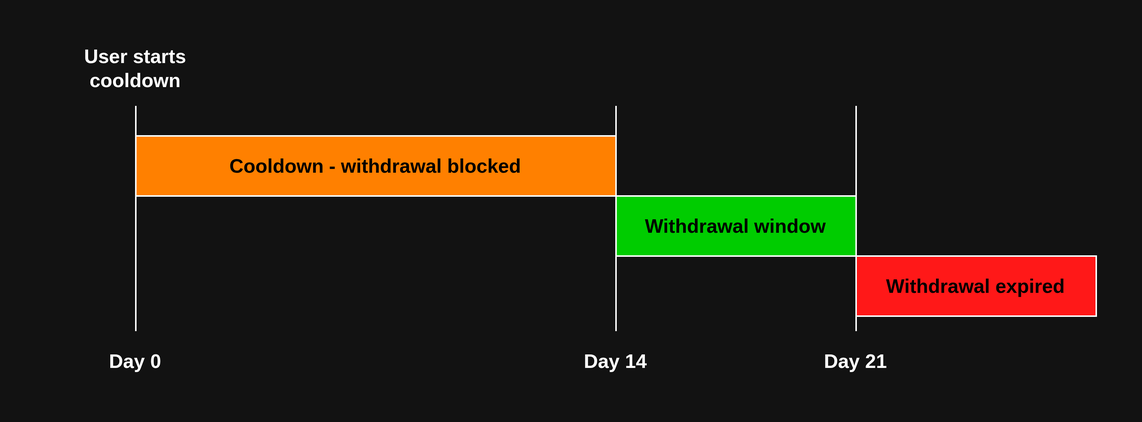
yearn/yearn-devdocs keeps this draw.io diagram as static/img/diagrams/yvusd/lockedyvUSD-timeline.png. Above is the earlier version. Source tidied: cells renumbered, new cells last; positions are measured from the earlier drawing's top-left corner, leaving out a move shared by most shapes. The source it was exported from:
```xml
<mxGraphModel>
  <root>
    <mxCell id="0" />
    <mxCell id="1" parent="0" />
    <mxCell id="2" value="Cooldown - withdrawal blocked" style="rounded=0;whiteSpace=wrap;html=1;fontStyle=1;fontFamily=Helvetica;fillColor=light-dark(#FFFFFF,#FF8000);fontColor=light-dark(#000000,#000000);fontSize=13;" parent="1" vertex="1">
      <mxGeometry x="60" y="60" width="320" height="40" as="geometry" />
    </mxCell>
    <mxCell id="3" style="endArrow=none;html=1;rounded=0;fontStyle=1;fontFamily=Helvetica;fontSize=13;" parent="1" edge="1">
      <mxGeometry relative="1" as="geometry">
        <mxPoint x="60" y="190" as="sourcePoint" />
        <mxPoint x="60" y="40" as="targetPoint" />
      </mxGeometry>
    </mxCell>
    <mxCell id="4" value="User starts cooldown" style="text;html=1;whiteSpace=wrap;strokeColor=none;fillColor=none;align=center;verticalAlign=middle;rounded=0;fontStyle=1;fontFamily=Helvetica;fontSize=13;" parent="1" vertex="1">
      <mxGeometry width="120" height="30" as="geometry" />
    </mxCell>
    <mxCell id="5" value="Day 0" style="text;html=1;whiteSpace=wrap;strokeColor=none;fillColor=none;align=center;verticalAlign=middle;rounded=0;fontStyle=1;fontFamily=Helvetica;fontSize=13;" parent="1" vertex="1">
      <mxGeometry x="30" y="200" width="60" height="20" as="geometry" />
    </mxCell>
    <mxCell id="6" style="endArrow=none;html=1;rounded=0;fontStyle=1;fontFamily=Helvetica;fontSize=13;" parent="1" edge="1">
      <mxGeometry relative="1" as="geometry">
        <mxPoint x="380" y="190" as="sourcePoint" />
        <mxPoint x="380" y="40" as="targetPoint" />
      </mxGeometry>
    </mxCell>
    <mxCell id="7" value="Day 14" style="text;html=1;whiteSpace=wrap;strokeColor=none;fillColor=none;align=center;verticalAlign=middle;rounded=0;fontStyle=1;fontFamily=Helvetica;fontSize=13;" parent="1" vertex="1">
      <mxGeometry x="350" y="200" width="60" height="20" as="geometry" />
    </mxCell>
    <mxCell id="8" value="Withdrawal window" style="rounded=0;whiteSpace=wrap;html=1;fontStyle=1;fontFamily=Helvetica;fillColor=light-dark(#FFFFFF,#00CC00);fontColor=light-dark(#000000,#000000);fontSize=13;" parent="1" vertex="1">
      <mxGeometry x="380" y="100" width="160" height="40" as="geometry" />
    </mxCell>
    <mxCell id="9" style="endArrow=none;html=1;rounded=0;fontStyle=1;fontFamily=Helvetica;fontSize=13;" parent="1" edge="1">
      <mxGeometry relative="1" as="geometry">
        <mxPoint x="540" y="190" as="sourcePoint" />
        <mxPoint x="540" y="40" as="targetPoint" />
      </mxGeometry>
    </mxCell>
    <mxCell id="10" value="Day 21" style="text;html=1;whiteSpace=wrap;strokeColor=none;fillColor=none;align=center;verticalAlign=middle;rounded=0;fontStyle=1;fontFamily=Helvetica;fontSize=13;" parent="1" vertex="1">
      <mxGeometry x="510" y="200" width="60" height="20" as="geometry" />
    </mxCell>
    <mxCell id="11" value="Withdrawal expired" style="rounded=0;whiteSpace=wrap;html=1;fillColor=light-dark(#FFFFFF,#FF1818);fontStyle=1;fontFamily=Helvetica;fontColor=light-dark(#000000,#010101);fontSize=13;" parent="1" vertex="1">
      <mxGeometry x="540" y="140" width="160" height="40" as="geometry" />
    </mxCell>
  </root>
</mxGraphModel>
```
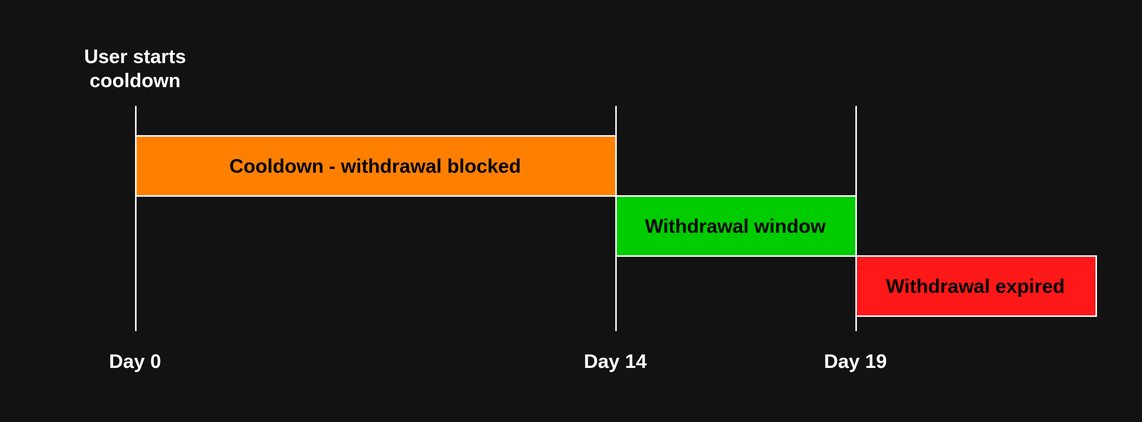
After the change.

What changed in the source:
```diff
@@ -35,7 +35,7 @@
         <mxPoint x="540" y="40" as="targetPoint" />
       </mxGeometry>
     </mxCell>
-    <mxCell id="10" value="Day 21" style="text;html=1;whiteSpace=wrap;strokeColor=none;fillColor=none;align=center;verticalAlign=middle;rounded=0;fontStyle=1;fontFamily=Helvetica;fontSize=13;" parent="1" vertex="1">
+    <mxCell id="10" value="Day 19" style="text;html=1;whiteSpace=wrap;strokeColor=none;fillColor=none;align=center;verticalAlign=middle;rounded=0;fontStyle=1;fontFamily=Helvetica;fontSize=13;" parent="1" vertex="1">
       <mxGeometry x="510" y="200" width="60" height="20" as="geometry" />
     </mxCell>
     <mxCell id="11" value="Withdrawal expired" style="rounded=0;whiteSpace=wrap;html=1;fillColor=light-dark(#FFFFFF,#FF1818);fontStyle=1;fontFamily=Helvetica;fontColor=light-dark(#000000,#010101);fontSize=13;" parent="1" vertex="1">
```
